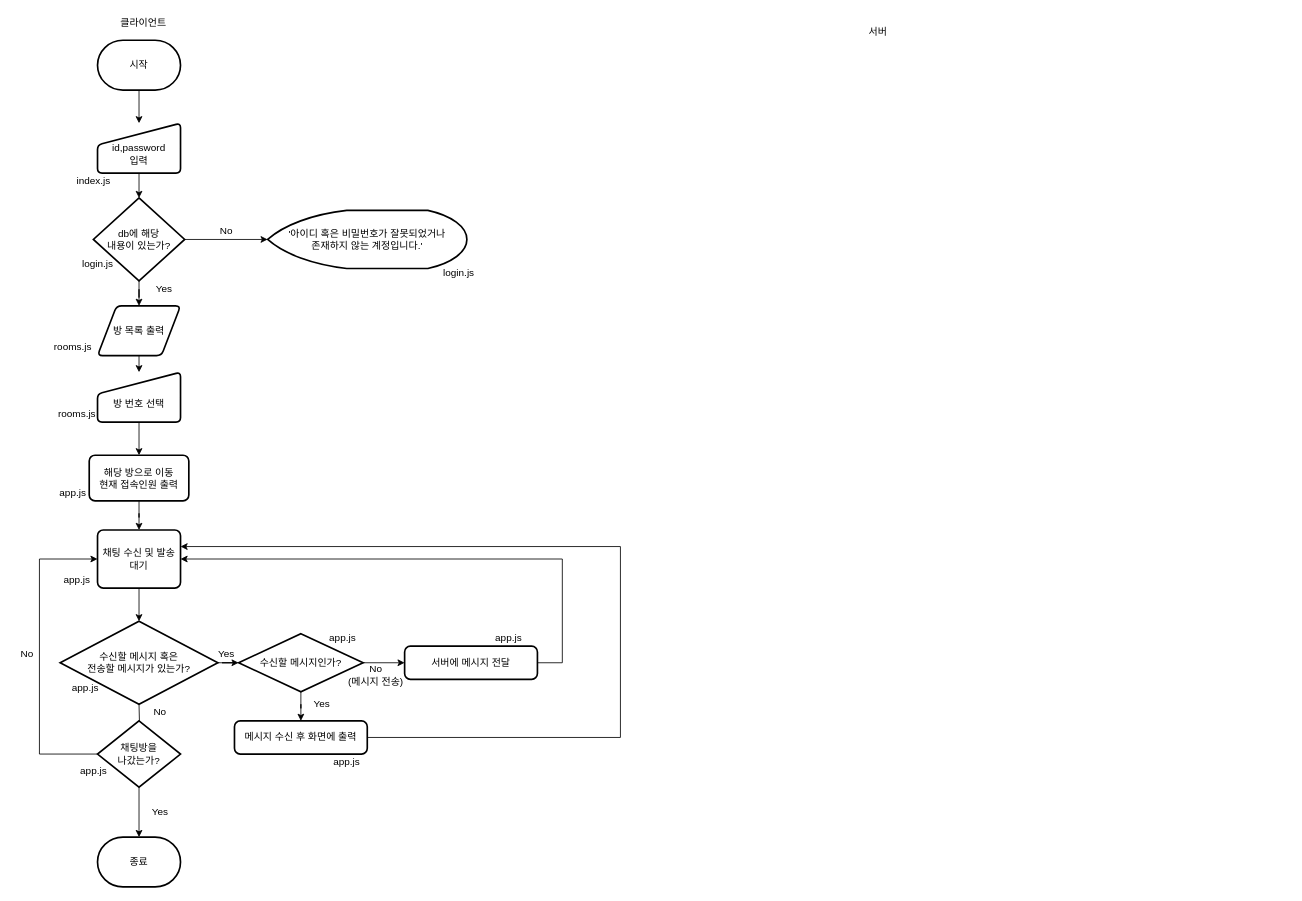
Earlier version of the draw.io diagram flowchart.drawio (Walkers15/Messenger). Source tidied: cells renumbered, new cells numbered last; positions are measured from the earlier drawing's top-left corner, leaving out a move shared by most shapes. Both pictures are drawn from the tidied source at 83%, with x=0, y=0 at pixel (14, 14).
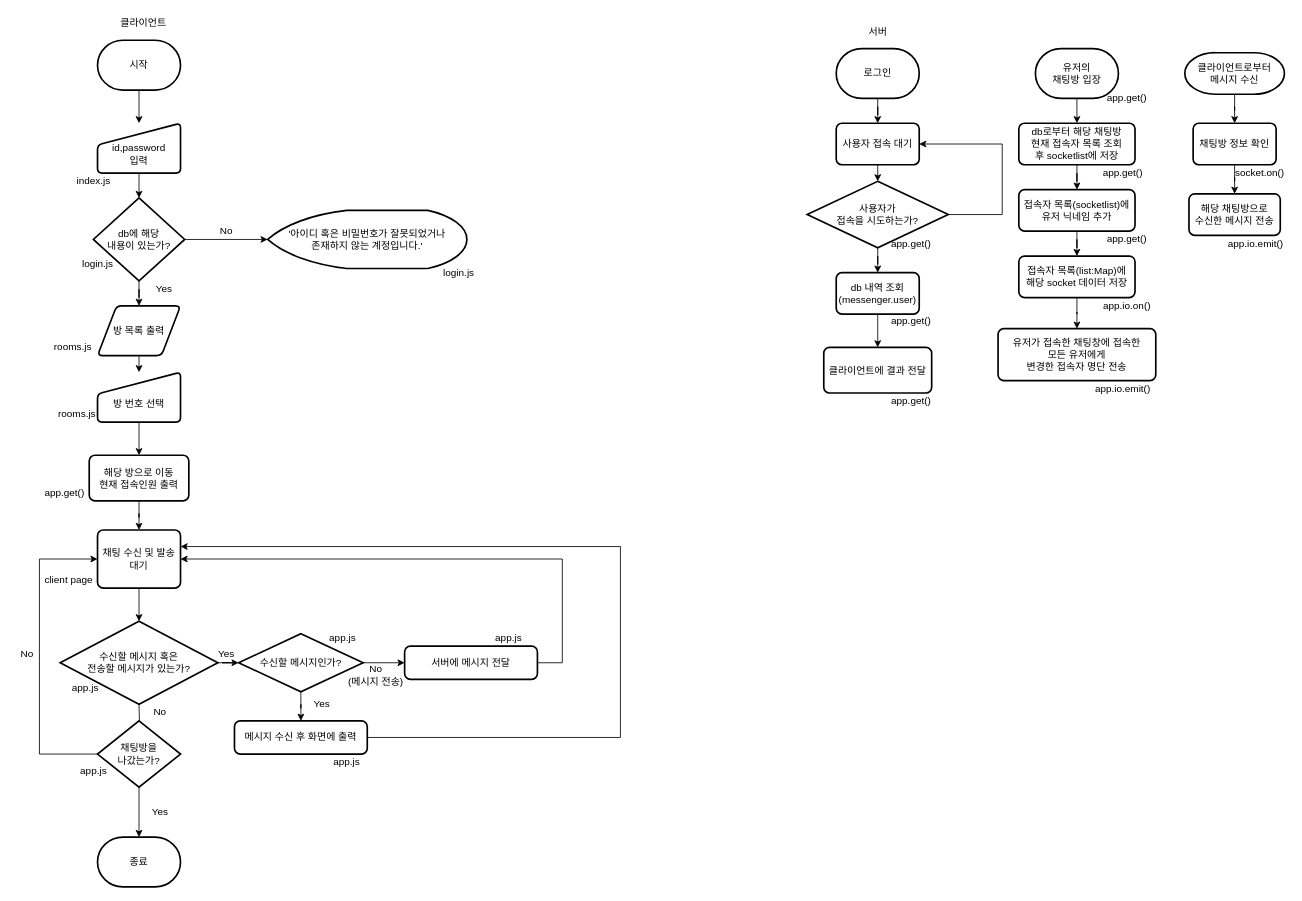
Above is the later version.

Change to the diagram source:
```diff
@@
-    <mxCell id="20" value="app.js" style="text;html=1;align=center;verticalAlign=middle;" parent="1" vertex="1">
-      <mxGeometry x="45" y="566" width="50" height="20" as="geometry" />
+    <mxCell id="20" value="app.get()" style="text;html=1;align=center;verticalAlign=middle;" parent="1" vertex="1">
+      <mxGeometry x="30" y="566" width="60" height="20" as="geometry" />
     </mxCell>
@@
-    <mxCell id="47" value="app.js" style="text;html=1;align=center;verticalAlign=middle;" parent="1" vertex="1">
-      <mxGeometry x="50" y="671" width="50" height="20" as="geometry" />
+    <mxCell id="47" value="client page" style="text;html=1;align=center;verticalAlign=middle;" parent="1" vertex="1">
+      <mxGeometry x="30" y="671" width="70" height="20" as="geometry" />
     </mxCell>
@@
+    <mxCell id="54" style="edgeStyle=orthogonalEdgeStyle;rounded=0;jettySize=auto;html=1;" parent="1" edge="1" source="55" target="57">
+      <mxGeometry relative="1" as="geometry" />
+    </mxCell>
+    <mxCell id="55" value="로그인" style="strokeWidth=2;html=1;shape=mxgraph.flowchart.terminator;whiteSpace=wrap;" parent="1" vertex="1">
+      <mxGeometry x="990" y="41" width="100" height="60" as="geometry" />
+    </mxCell>
+    <mxCell id="56" style="edgeStyle=orthogonalEdgeStyle;rounded=0;jettySize=auto;html=1;exitX=0.5;exitY=1;exitDx=0;exitDy=0;entryX=0.5;entryY=0;entryDx=0;entryDy=0;entryPerimeter=0;" parent="1" edge="1" source="57" target="60">
+      <mxGeometry relative="1" as="geometry" />
+    </mxCell>
+    <mxCell id="57" value="사용자 접속 대기" style="rounded=1;whiteSpace=wrap;html=1;absoluteArcSize=1;arcSize=14;strokeWidth=2;" parent="1" vertex="1">
+      <mxGeometry x="990" y="131" width="100" height="50" as="geometry" />
+    </mxCell>
+    <mxCell id="58" style="edgeStyle=orthogonalEdgeStyle;rounded=0;jettySize=auto;html=1;" parent="1" edge="1" source="60" target="62">
+      <mxGeometry relative="1" as="geometry" />
+    </mxCell>
+    <mxCell id="59" style="edgeStyle=orthogonalEdgeStyle;rounded=0;jettySize=auto;html=1;entryX=1;entryY=0.5;entryDx=0;entryDy=0;" parent="1" edge="1" source="60" target="57">
+      <mxGeometry relative="1" as="geometry">
+        <Array as="points">
+          <mxPoint x="1190" y="241" />
+          <mxPoint x="1190" y="156" />
+        </Array>
+      </mxGeometry>
+    </mxCell>
+    <mxCell id="60" value="사용자가&lt;br&gt;접속을 시도하는가?" style="strokeWidth=2;html=1;shape=mxgraph.flowchart.decision;whiteSpace=wrap;" parent="1" vertex="1">
+      <mxGeometry x="955" y="201" width="170" height="80" as="geometry" />
+    </mxCell>
+    <mxCell id="61" style="edgeStyle=orthogonalEdgeStyle;rounded=0;jettySize=auto;html=1;" parent="1" edge="1" source="62" target="63">
+      <mxGeometry relative="1" as="geometry" />
+    </mxCell>
+    <mxCell id="62" value="db 내역 조회&lt;br&gt;(messenger.user)" style="rounded=1;whiteSpace=wrap;html=1;absoluteArcSize=1;arcSize=14;strokeWidth=2;" parent="1" vertex="1">
+      <mxGeometry x="990" y="311" width="100" height="50" as="geometry" />
+    </mxCell>
+    <mxCell id="63" value="클라이언트에 결과 전달" style="rounded=1;whiteSpace=wrap;html=1;absoluteArcSize=1;arcSize=14;strokeWidth=2;" parent="1" vertex="1">
+      <mxGeometry x="975" y="401" width="130" height="55" as="geometry" />
+    </mxCell>
+    <mxCell id="64" style="edgeStyle=orthogonalEdgeStyle;rounded=0;jettySize=auto;html=1;" parent="1" edge="1" source="65" target="67">
+      <mxGeometry relative="1" as="geometry" />
+    </mxCell>
+    <mxCell id="65" value="클라이언트로부터&lt;br&gt;메시지 수신" style="strokeWidth=2;html=1;shape=mxgraph.flowchart.terminator;whiteSpace=wrap;" parent="1" vertex="1">
+      <mxGeometry x="1410" y="46" width="120" height="50" as="geometry" />
+    </mxCell>
+    <mxCell id="66" style="edgeStyle=orthogonalEdgeStyle;rounded=0;jettySize=auto;html=1;" parent="1" edge="1" source="67" target="68">
+      <mxGeometry relative="1" as="geometry" />
+    </mxCell>
+    <mxCell id="67" value="채팅방 정보 확인" style="rounded=1;whiteSpace=wrap;html=1;absoluteArcSize=1;arcSize=14;strokeWidth=2;" parent="1" vertex="1">
+      <mxGeometry x="1420" y="131" width="100" height="50" as="geometry" />
+    </mxCell>
+    <mxCell id="68" value="해당 채팅방으로&lt;br&gt;수신한 메시지 전송" style="rounded=1;whiteSpace=wrap;html=1;absoluteArcSize=1;arcSize=14;strokeWidth=2;" parent="1" vertex="1">
+      <mxGeometry x="1415" y="216" width="110" height="50" as="geometry" />
+    </mxCell>
+    <mxCell id="69" style="edgeStyle=orthogonalEdgeStyle;rounded=0;jettySize=auto;html=1;exitX=0.5;exitY=1;exitDx=0;exitDy=0;exitPerimeter=0;entryX=0.5;entryY=0;entryDx=0;entryDy=0;" parent="1" edge="1" source="70" target="74">
+      <mxGeometry relative="1" as="geometry" />
+    </mxCell>
+    <mxCell id="70" value="유저의&lt;br&gt;채팅방 입장" style="strokeWidth=2;html=1;shape=mxgraph.flowchart.terminator;whiteSpace=wrap;" parent="1" vertex="1">
+      <mxGeometry x="1230" y="41" width="100" height="60" as="geometry" />
+    </mxCell>
+    <mxCell id="71" style="edgeStyle=orthogonalEdgeStyle;rounded=0;jettySize=auto;html=1;exitX=0.5;exitY=1;exitDx=0;exitDy=0;" parent="1" edge="1" source="72" target="77">
+      <mxGeometry relative="1" as="geometry" />
+    </mxCell>
+    <mxCell id="72" value="접속자 목록(list:Map)에&lt;br&gt;해당 socket 데이터 저장" style="rounded=1;whiteSpace=wrap;html=1;absoluteArcSize=1;arcSize=14;strokeWidth=2;" parent="1" vertex="1">
+      <mxGeometry x="1210" y="291" width="140" height="50" as="geometry" />
+    </mxCell>
+    <mxCell id="73" style="edgeStyle=orthogonalEdgeStyle;rounded=0;jettySize=auto;html=1;exitX=0.5;exitY=1;exitDx=0;exitDy=0;" parent="1" edge="1" source="74" target="76">
+      <mxGeometry relative="1" as="geometry" />
+    </mxCell>
+    <mxCell id="74" value="db로부터 해당 채팅방&lt;br&gt;현재 접속자 목록 조회&lt;br&gt;후 socketlist에 저장" style="rounded=1;whiteSpace=wrap;html=1;absoluteArcSize=1;arcSize=14;strokeWidth=2;" parent="1" vertex="1">
+      <mxGeometry x="1210" y="131" width="140" height="50" as="geometry" />
+    </mxCell>
+    <mxCell id="75" style="edgeStyle=orthogonalEdgeStyle;rounded=0;jettySize=auto;html=1;exitX=0.5;exitY=1;exitDx=0;exitDy=0;" parent="1" edge="1" source="76" target="72">
+      <mxGeometry relative="1" as="geometry" />
+    </mxCell>
+    <mxCell id="76" value="접속자 목록(socketlist)에&lt;br&gt;유저 닉네임 추가" style="rounded=1;whiteSpace=wrap;html=1;absoluteArcSize=1;arcSize=14;strokeWidth=2;" parent="1" vertex="1">
+      <mxGeometry x="1210" y="211" width="140" height="50" as="geometry" />
+    </mxCell>
+    <mxCell id="77" value="유저가 접속한 채팅창에 접속한&lt;br&gt;모든 유저에게&lt;br&gt;변경한 접속자 명단 전송" style="rounded=1;whiteSpace=wrap;html=1;absoluteArcSize=1;arcSize=14;strokeWidth=2;" parent="1" vertex="1">
+      <mxGeometry x="1185" y="378.5" width="190" height="62.5" as="geometry" />
+    </mxCell>
+    <mxCell id="78" value="app.get()" style="text;html=1;align=center;verticalAlign=middle;" parent="1" vertex="1">
+      <mxGeometry x="1310" y="91" width="60" height="20" as="geometry" />
+    </mxCell>
+    <mxCell id="79" value="app.get()" style="text;html=1;align=center;verticalAlign=middle;" parent="1" vertex="1">
+      <mxGeometry x="1305" y="181" width="60" height="20" as="geometry" />
+    </mxCell>
+    <mxCell id="80" value="app.get()" style="text;html=1;align=center;verticalAlign=middle;" parent="1" vertex="1">
+      <mxGeometry x="1310" y="261" width="60" height="20" as="geometry" />
+    </mxCell>
+    <mxCell id="81" value="app.io.on()" style="text;html=1;align=center;verticalAlign=middle;" parent="1" vertex="1">
+      <mxGeometry x="1305" y="341" width="70" height="20" as="geometry" />
+    </mxCell>
+    <mxCell id="82" value="app.io.emit()" style="text;html=1;align=center;verticalAlign=middle;" parent="1" vertex="1">
+      <mxGeometry x="1295" y="441" width="80" height="20" as="geometry" />
+    </mxCell>
+    <mxCell id="83" value="app.get()" style="text;html=1;align=center;verticalAlign=middle;" parent="1" vertex="1">
+      <mxGeometry x="1050" y="266" width="60" height="20" as="geometry" />
+    </mxCell>
+    <mxCell id="84" value="app.get()" style="text;html=1;align=center;verticalAlign=middle;" parent="1" vertex="1">
+      <mxGeometry x="1050" y="358.5" width="60" height="20" as="geometry" />
+    </mxCell>
+    <mxCell id="85" value="app.get()" style="text;html=1;align=center;verticalAlign=middle;" parent="1" vertex="1">
+      <mxGeometry x="1050" y="456" width="60" height="20" as="geometry" />
+    </mxCell>
+    <mxCell id="86" value="socket.on()" style="text;html=1;align=center;verticalAlign=middle;" parent="1" vertex="1">
+      <mxGeometry x="1465" y="181" width="70" height="20" as="geometry" />
+    </mxCell>
+    <mxCell id="87" value="app.io.emit()" style="text;html=1;align=center;verticalAlign=middle;" parent="1" vertex="1">
+      <mxGeometry x="1455" y="266" width="80" height="20" as="geometry" />
+    </mxCell>
```
